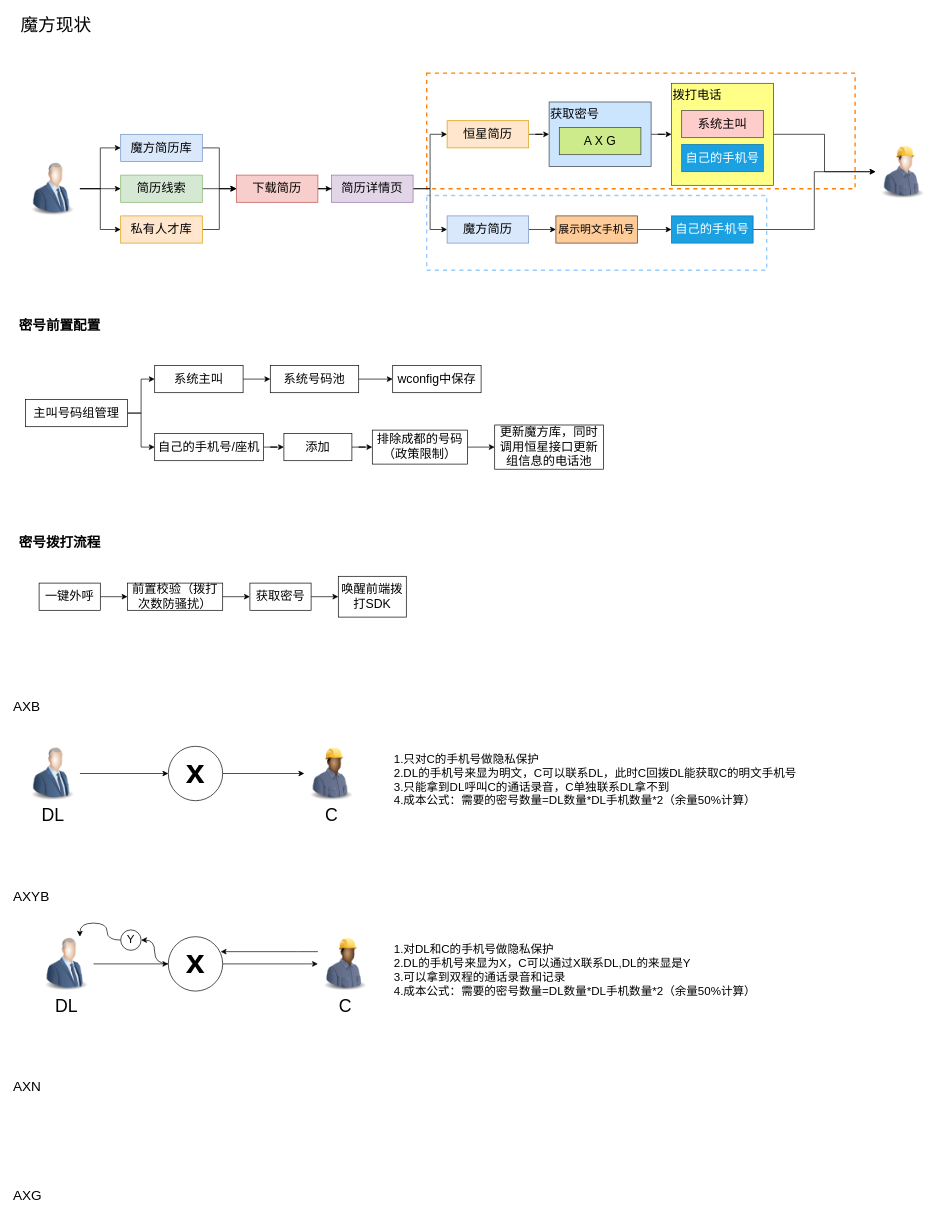
Earlier version of the draw.io diagram 魔方简历密号体系建设.drawio (LuOyEbY/draw-b). Source tidied: cells renumbered, new cells numbered last; positions are measured from the earlier drawing's top-left corner, leaving out a move shared by most shapes. Both pictures are drawn from the tidied source at 68%, with x=0, y=0 at pixel (12, 12).
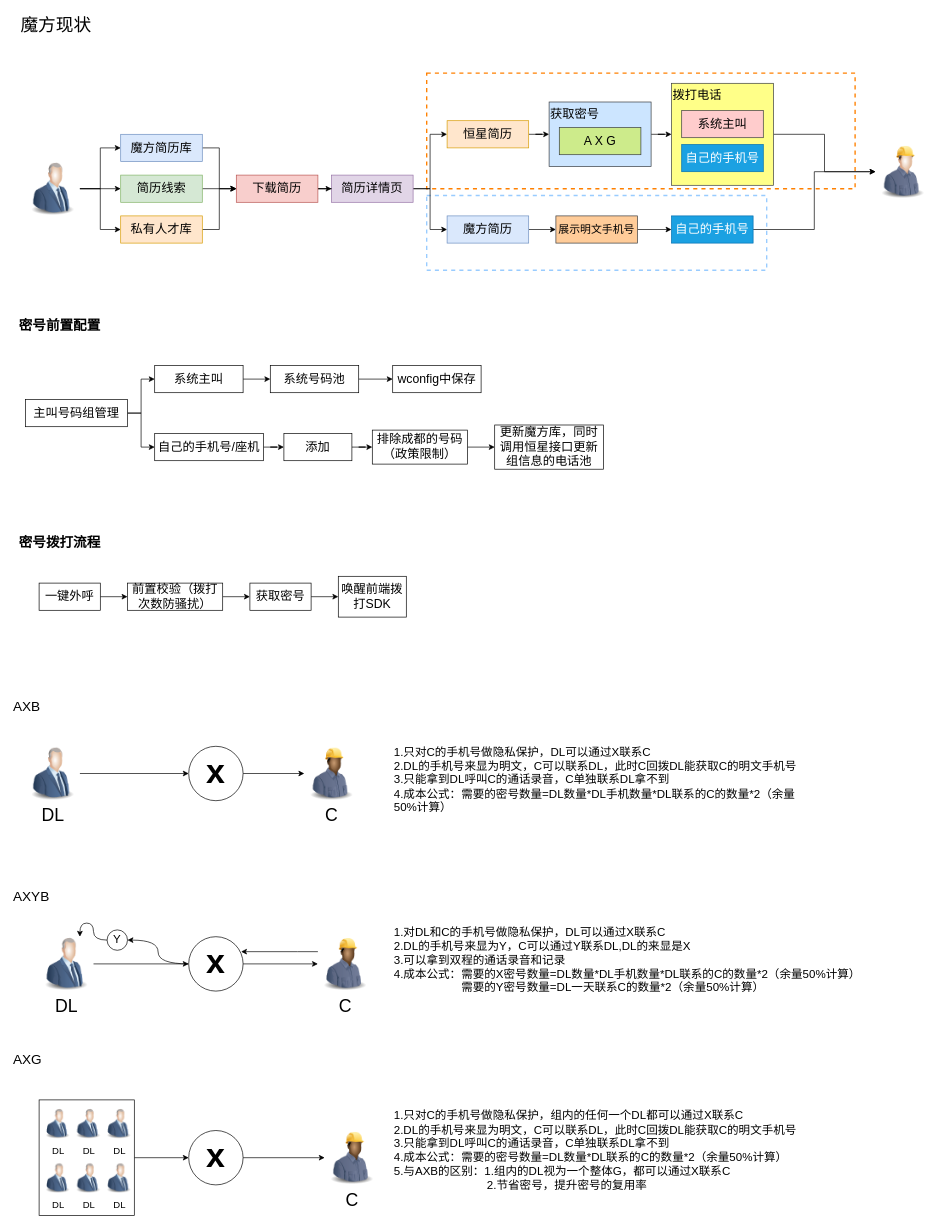
The same page after the edit.

Commit message:
更新魔方简历密号体系建设.drawio

Change to the diagram source:
```diff
@@
+    <mxCell id="80" style="edgeStyle=orthogonalEdgeStyle;rounded=0;jettySize=auto;html=1;entryX=0;entryY=0.5;entryDx=0;entryDy=0;" parent="1" edge="1" source="81" target="85">
+      <mxGeometry relative="1" as="geometry" />
+    </mxCell>
+    <mxCell id="81" style="rounded=0;whiteSpace=wrap;html=1;" parent="1" vertex="1">
+      <mxGeometry x="40" y="1600" width="140" height="170" as="geometry" />
+    </mxCell>
@@
-    <mxCell id="62" value="AXN" style="text;html=1;align=left;verticalAlign=middle;strokeColor=none;fillColor=none;fontSize=20;" parent="1" vertex="1">
-      <mxGeometry y="1560" width="60" height="40" as="geometry" />
-    </mxCell>
     <mxCell id="63" value="AXG" style="text;html=1;align=left;verticalAlign=middle;strokeColor=none;fillColor=none;fontSize=20;" parent="1" vertex="1">
-      <mxGeometry y="1720" width="70" height="40" as="geometry" />
+      <mxGeometry y="1520" width="70" height="40" as="geometry" />
     </mxCell>
@@
     <mxCell id="68" value="x" style="ellipse;whiteSpace=wrap;html=1;fontSize=50;fontStyle=1;align=center;verticalAlign=top;" parent="1" vertex="1">
-      <mxGeometry x="230" y="1080" width="80" height="80" as="geometry" />
+      <mxGeometry x="260" y="1080" width="80" height="80" as="geometry" />
     </mxCell>
-    <mxCell id="69" value="1.只对C的手机号做隐私保护&lt;br style=&quot;font-size: 17px;&quot;&gt;2.DL的手机号来显为明文，C可以联系DL，此时C回拨DL能获取C的明文手机号&lt;br&gt;3.只能拿到DL呼叫C的通话录音，C单独联系DL拿不到&lt;div&gt;4.成本公式：需要的密号数量=DL数量*DL手机数量*2（余量50%计算）&lt;/div&gt;" style="text;html=1;align=left;verticalAlign=middle;whiteSpace=wrap;rounded=0;fontSize=17;" parent="1" vertex="1">
+    <mxCell id="69" value="1.只对C的手机号做隐私保护，DL可以通过X联系C&lt;br style=&quot;font-size: 17px;&quot;&gt;2.DL的手机号来显为明文，C可以联系DL，此时C回拨DL能获取C的明文手机号&lt;br&gt;3.只能拿到DL呼叫C的通话录音，C单独联系DL拿不到&lt;div&gt;4.成本公式：需要的密号数量=DL数量*DL手机数量*DL联系的C的数量*2（余量50%计算）&lt;/div&gt;" style="text;html=1;align=left;verticalAlign=middle;whiteSpace=wrap;rounded=0;fontSize=17;" parent="1" vertex="1">
       <mxGeometry x="560" y="1080" width="610" height="100" as="geometry" />
     </mxCell>
@@
     <mxCell id="75" value="x" style="ellipse;whiteSpace=wrap;html=1;fontSize=50;fontStyle=1;align=center;verticalAlign=top;" parent="1" vertex="1">
-      <mxGeometry x="230" y="1360" width="80" height="80" as="geometry" />
+      <mxGeometry x="260" y="1360" width="80" height="80" as="geometry" />
     </mxCell>
@@
     <mxCell id="77" value="Y" style="ellipse;whiteSpace=wrap;html=1;fontSize=17;" parent="1" vertex="1">
-      <mxGeometry x="160" y="1350" width="30" height="30" as="geometry" />
+      <mxGeometry x="140" y="1350" width="30" height="30" as="geometry" />
     </mxCell>
@@
-    <mxCell id="79" value="1.对DL和C的手机号做隐私保护&lt;br style=&quot;font-size: 17px;&quot;&gt;2.DL的手机号来显为X，C可以通过X联系DL,DL的来显是Y&lt;br&gt;3.可以拿到双程的通话录音和记录&lt;div&gt;4.成本公式：需要的密号数量=DL数量*DL手机数量*2（余量50%计算）&lt;/div&gt;" style="text;html=1;align=left;verticalAlign=middle;whiteSpace=wrap;rounded=0;fontSize=17;" parent="1" vertex="1">
-      <mxGeometry x="560" y="1360" width="580" height="100" as="geometry" />
+    <mxCell id="79" value="1.对DL和C的手机号做隐私保护，DL可以通过X联系C&lt;br style=&quot;font-size: 17px;&quot;&gt;2.DL的手机号来显为Y，C可以通过Y联系DL,DL的来显是X&lt;br&gt;3.可以拿到双程的通话录音和记录&lt;div&gt;4.成本公式：需要的X密号数量=DL数量*DL手机数量&lt;span style=&quot;background-color: initial;&quot;&gt;*DL联系的C的数量&lt;/span&gt;&lt;span style=&quot;background-color: initial;&quot;&gt;*2（余量50%计算）&lt;/span&gt;&lt;/div&gt;&lt;div&gt;&amp;nbsp; &amp;nbsp; &amp;nbsp; &amp;nbsp; &amp;nbsp; &amp;nbsp; &amp;nbsp; &amp;nbsp; &amp;nbsp; &amp;nbsp; &amp;nbsp;需要的Y密号数量=DL一天联系C的数量*2&lt;span style=&quot;background-color: initial;&quot;&gt;（余量50%计算）&lt;/span&gt;&lt;/div&gt;" style="text;html=1;align=left;verticalAlign=middle;whiteSpace=wrap;rounded=0;fontSize=17;" parent="1" vertex="1">
+      <mxGeometry x="560" y="1330" width="750" height="130" as="geometry" />
     </mxCell>
+    <mxCell id="82" value="DL" style="image;html=1;image=img/lib/clip_art/people/Suit_Man_Blue_128x128.png;fontSize=14;" parent="1" vertex="1">
+      <mxGeometry x="45" y="1610" width="45" height="50" as="geometry" />
+    </mxCell>
+    <mxCell id="83" value="C" style="image;html=1;image=img/lib/clip_art/people/Construction_Worker_Man_Black_128x128.png;fontSize=26;" parent="1" vertex="1">
+      <mxGeometry x="460" y="1645" width="80" height="80" as="geometry" />
+    </mxCell>
+    <mxCell id="84" style="edgeStyle=orthogonalEdgeStyle;rounded=0;jettySize=auto;html=1;" parent="1" edge="1" source="85" target="83">
+      <mxGeometry relative="1" as="geometry" />
+    </mxCell>
+    <mxCell id="85" value="x" style="ellipse;whiteSpace=wrap;html=1;fontSize=50;fontStyle=1;align=center;verticalAlign=top;" parent="1" vertex="1">
+      <mxGeometry x="260" y="1645" width="80" height="80" as="geometry" />
+    </mxCell>
+    <mxCell id="86" value="DL" style="image;html=1;image=img/lib/clip_art/people/Suit_Man_Blue_128x128.png;fontSize=14;" parent="1" vertex="1">
+      <mxGeometry x="90" y="1610" width="45" height="50" as="geometry" />
+    </mxCell>
+    <mxCell id="87" value="DL" style="image;html=1;image=img/lib/clip_art/people/Suit_Man_Blue_128x128.png;fontSize=14;" parent="1" vertex="1">
+      <mxGeometry x="135" y="1610" width="45" height="50" as="geometry" />
+    </mxCell>
+    <mxCell id="88" value="DL" style="image;html=1;image=img/lib/clip_art/people/Suit_Man_Blue_128x128.png;fontSize=14;" parent="1" vertex="1">
+      <mxGeometry x="45" y="1690" width="45" height="50" as="geometry" />
+    </mxCell>
+    <mxCell id="89" value="DL" style="image;html=1;image=img/lib/clip_art/people/Suit_Man_Blue_128x128.png;fontSize=14;" parent="1" vertex="1">
+      <mxGeometry x="90" y="1690" width="45" height="50" as="geometry" />
+    </mxCell>
+    <mxCell id="90" value="DL" style="image;html=1;image=img/lib/clip_art/people/Suit_Man_Blue_128x128.png;fontSize=14;" parent="1" vertex="1">
+      <mxGeometry x="135" y="1690" width="45" height="50" as="geometry" />
+    </mxCell>
+    <mxCell id="91" value="1.只对C的手机号做隐私保护，组内的任何一个DL都可以通过X联系C&lt;br style=&quot;font-size: 17px;&quot;&gt;2.DL的手机号来显为明文，C可以联系DL，此时C回拨DL能获取C的明文手机号&lt;br&gt;3.只能拿到DL呼叫C的通话录音，C单独联系DL拿不到&lt;div&gt;4.成本公式：需要的密号数量=DL数量*DL联系的C的数量*2（余量50%计算）&lt;br&gt;5.与AXB的区别：1.组内的DL视为一个整体G，都可以通过X联系C&lt;br&gt;&amp;nbsp; &amp;nbsp; &amp;nbsp; &amp;nbsp; &amp;nbsp; &amp;nbsp; &amp;nbsp; &amp;nbsp; &amp;nbsp; &amp;nbsp; &amp;nbsp; &amp;nbsp; &amp;nbsp; &amp;nbsp; &amp;nbsp;2.节省密号，提升密号的复用率&lt;/div&gt;" style="text;html=1;align=left;verticalAlign=middle;whiteSpace=wrap;rounded=0;fontSize=17;" parent="1" vertex="1">
+      <mxGeometry x="560" y="1600" width="680" height="150" as="geometry" />
+    </mxCell>
```
